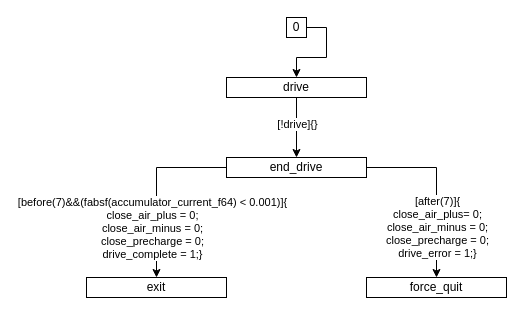
Above: page "drive" (4 of 7) of xver/xsm/XML/graph.drawio in osceri/AMS-CC (draw.io), before the change. Source tidied: cells renumbered, new cells numbered last; positions are measured from the earlier drawing's top-left corner, leaving out a move shared by most shapes. Both pictures are drawn from the tidied source at 100%, with x=0, y=0 at pixel (86, 17).
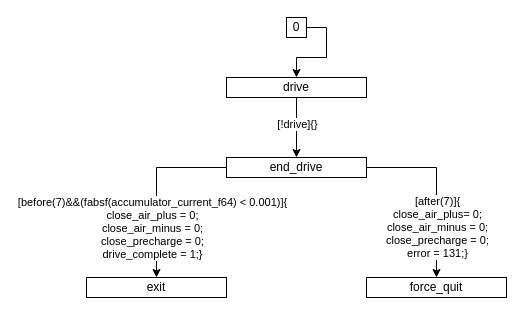
The same diagram, later.

What changed in the source:
```diff
@@
 <mxGraphModel>
   <root>
     <mxCell id="0" />
     <mxCell id="1" parent="0" />
     <mxCell id="2" style="edgeStyle=orthogonalEdgeStyle;rounded=0;jettySize=auto;html=1;exitX=1;exitY=0.5;exitDx=0;exitDy=0;entryX=0.5;entryY=0;entryDx=0;entryDy=0;" parent="1" edge="1" source="3" target="6">
       <mxGeometry relative="1" as="geometry" />
     </mxCell>
     <mxCell id="3" value="0" style="rounded=0;whiteSpace=wrap;html=1;" parent="1" vertex="1">
       <mxGeometry x="200" width="20" height="20" as="geometry" />
     </mxCell>
     <mxCell id="4" style="edgeStyle=orthogonalEdgeStyle;rounded=0;jettySize=auto;html=1;exitX=0.5;exitY=1;exitDx=0;exitDy=0;entryX=0.5;entryY=0;entryDx=0;entryDy=0;" parent="1" edge="1" source="6" target="11">
       <mxGeometry relative="1" as="geometry" />
     </mxCell>
     <mxCell id="5" value="&lt;div&gt;[!drive]{}&lt;/div&gt;" style="edgeLabel;html=1;align=center;verticalAlign=middle;" parent="4" vertex="1">
       <mxGeometry x="-0.13" relative="1" as="geometry" />
     </mxCell>
     <mxCell id="6" value="&lt;div&gt;drive&lt;/div&gt;" style="rounded=0;whiteSpace=wrap;html=1;" parent="1" vertex="1">
       <mxGeometry x="140" y="60" width="140" height="20" as="geometry" />
     </mxCell>
     <mxCell id="7" style="edgeStyle=orthogonalEdgeStyle;rounded=0;jettySize=auto;html=1;exitX=0;exitY=0.5;exitDx=0;exitDy=0;entryX=0.5;entryY=0;entryDx=0;entryDy=0;" parent="1" edge="1" source="11" target="12">
       <mxGeometry relative="1" as="geometry" />
     </mxCell>
     <mxCell id="8" value="&lt;div&gt;[before(7)&amp;amp;&amp;amp;(fabsf(accumulator_current_f64) &amp;lt; 0.001)]{&lt;/div&gt;&lt;div&gt;close_air_plus = 0;&lt;/div&gt;&lt;div&gt;close_air_minus = 0;&lt;/div&gt;&lt;div&gt;close_precharge = 0;&lt;/div&gt;&lt;div&gt;drive_complete = 1;}&lt;/div&gt;" style="edgeLabel;html=1;align=center;verticalAlign=middle;" parent="7" vertex="1">
       <mxGeometry x="0.41" y="1" relative="1" as="geometry">
         <mxPoint x="-6" y="3" as="offset" />
       </mxGeometry>
     </mxCell>
     <mxCell id="9" style="edgeStyle=orthogonalEdgeStyle;rounded=0;jettySize=auto;html=1;exitX=1;exitY=0.5;exitDx=0;exitDy=0;entryX=0.5;entryY=0;entryDx=0;entryDy=0;" parent="1" edge="1" source="11" target="13">
       <mxGeometry relative="1" as="geometry" />
     </mxCell>
-    <mxCell id="10" value="&lt;div&gt;[after(7)]{&lt;/div&gt;&lt;div&gt;close_air_plus= 0;&lt;/div&gt;&lt;div&gt;close_air_minus = 0;&lt;/div&gt;&lt;div&gt;close_precharge = 0;&lt;/div&gt;&lt;div&gt;drive_error = 1;}&lt;/div&gt;" style="edgeLabel;html=1;align=center;verticalAlign=middle;" parent="9" vertex="1">
+    <mxCell id="10" value="&lt;div&gt;[after(7)]{&lt;/div&gt;&lt;div&gt;close_air_plus= 0;&lt;/div&gt;&lt;div&gt;close_air_minus = 0;&lt;/div&gt;&lt;div&gt;close_precharge = 0;&lt;/div&gt;&lt;div&gt;error = 131;}&lt;/div&gt;" style="edgeLabel;html=1;align=center;verticalAlign=middle;" parent="9" vertex="1">
       <mxGeometry x="0.46" relative="1" as="geometry">
         <mxPoint y="-2" as="offset" />
       </mxGeometry>
     </mxCell>
     <mxCell id="11" value="end_drive" style="rounded=0;whiteSpace=wrap;html=1;" parent="1" vertex="1">
       <mxGeometry x="140" y="140" width="140" height="20" as="geometry" />
     </mxCell>
     <mxCell id="12" value="exit" style="rounded=0;whiteSpace=wrap;html=1;" parent="1" vertex="1">
       <mxGeometry y="260" width="140" height="20" as="geometry" />
     </mxCell>
     <mxCell id="13" value="force_quit" style="rounded=0;whiteSpace=wrap;html=1;" parent="1" vertex="1">
       <mxGeometry x="280" y="260" width="140" height="20" as="geometry" />
     </mxCell>
   </root>
 </mxGraphModel>
```
